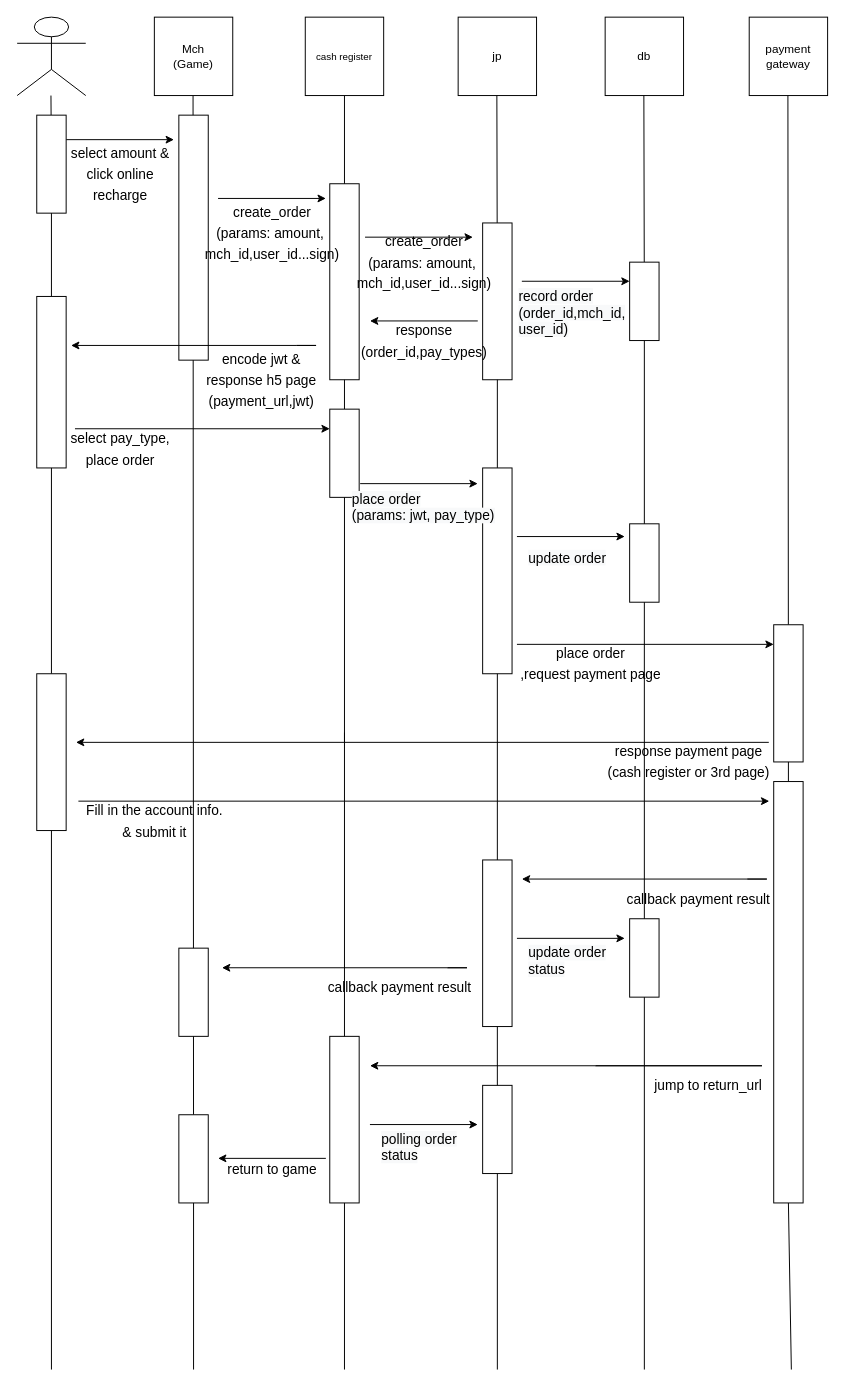
This is page "cashier" (2 of 2) of pay_glo.drawio from ppudding5566/test5566, a draw.io file, before an edit. Source tidied: cells renumbered, new cells numbered last; positions are measured from the earlier drawing's top-left corner, leaving out a move shared by most shapes. Both pictures are drawn from the tidied source at 98%, with x=0, y=0 at pixel (17, 17).
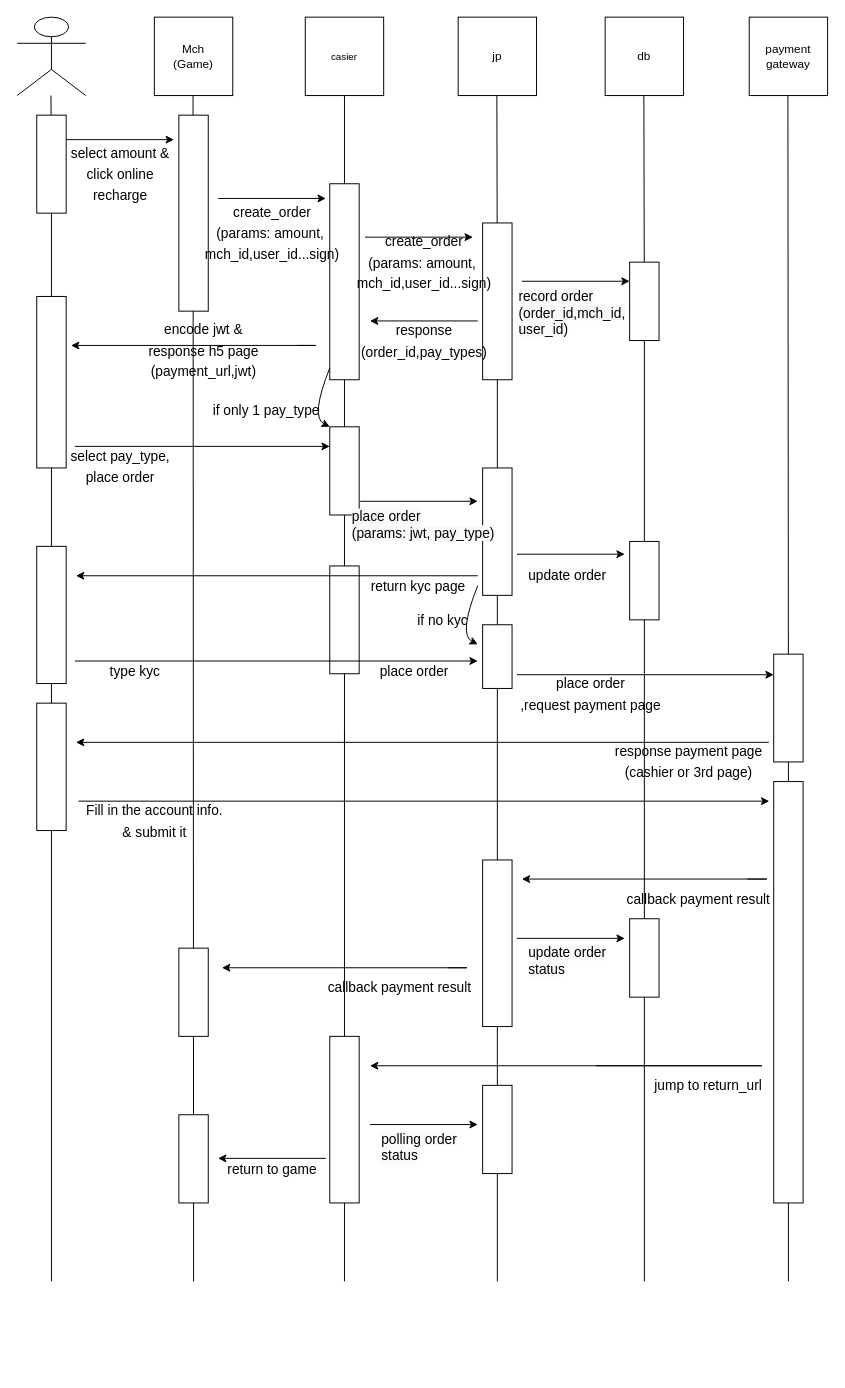
The same diagram, later.

The change refers to these unchanged cells:
```xml
<mxCell id="23" style="rounded=0;whiteSpace=wrap;html=1;" parent="1" vertex="1">
  <mxGeometry x="20" y="285" width="30" height="175" as="geometry" />
</mxCell>
<mxCell id="53" style="rounded=0;whiteSpace=wrap;html=1;" parent="1" vertex="1">
  <mxGeometry x="625" y="920" width="30" height="80" as="geometry" />
</mxCell>
<mxCell id="62" style="rounded=0;whiteSpace=wrap;html=1;" parent="1" vertex="1">
  <mxGeometry x="319" y="1040" width="30" height="170" as="geometry" />
</mxCell>
<mxCell id="70" style="rounded=0;whiteSpace=wrap;html=1;" parent="1" vertex="1">
  <mxGeometry x="165" y="1120" width="30" height="90" as="geometry" />
</mxCell>
```

Diff of the diagram source:
```diff
@@
+    <mxCell id="82" style="endArrow=none;html=1;rounded=0;entryX=0.5;entryY=1;entryDx=0;entryDy=0;" parent="1" edge="1" target="86">
+      <mxGeometry relative="1" as="geometry">
+        <mxPoint x="490" y="1290" as="sourcePoint" />
+      </mxGeometry>
+    </mxCell>
@@
-    <mxCell id="7" value="&lt;font style=&quot;font-size: 10px;&quot;&gt;cash register&lt;/font&gt;" style="whiteSpace=wrap;html=1;" parent="1" vertex="1">
+    <mxCell id="7" value="&lt;font style=&quot;font-size: 10px;&quot;&gt;casier&lt;/font&gt;" style="whiteSpace=wrap;html=1;" parent="1" vertex="1">
       <mxGeometry x="294" width="80" height="80" as="geometry" />
     </mxCell>
@@
     <mxCell id="14" style="rounded=0;whiteSpace=wrap;html=1;" parent="1" vertex="1">
-      <mxGeometry x="165" y="100" width="30" height="250" as="geometry" />
+      <mxGeometry x="165" y="100" width="30" height="200" as="geometry" />
     </mxCell>
@@
-    <mxCell id="24" style="endArrow=none;html=1;rounded=0;entryX=0.5;entryY=1;entryDx=0;entryDy=0;startArrow=none;" parent="1" edge="1" source="39" target="23">
+    <mxCell id="24" style="endArrow=none;html=1;rounded=0;entryX=0.5;entryY=1;entryDx=0;entryDy=0;startArrow=none;" parent="1" edge="1" source="89" target="23">
       <mxGeometry relative="1" as="geometry" />
     </mxCell>
     <mxCell id="25" style="rounded=0;whiteSpace=wrap;html=1;" parent="1" vertex="1">
-      <mxGeometry x="319" y="400" width="30" height="90" as="geometry" />
+      <mxGeometry x="319" y="418" width="30" height="90" as="geometry" />
     </mxCell>
-    <mxCell id="26" style="endArrow=none;html=1;rounded=0;entryX=0.5;entryY=1;entryDx=0;entryDy=0;startArrow=none;" parent="1" edge="1" target="25">
-      <mxGeometry relative="1" as="geometry">
-        <mxPoint x="334" y="740" as="sourcePoint" />
-      </mxGeometry>
+    <mxCell id="26" style="endArrow=none;html=1;rounded=0;entryX=0.5;entryY=1;entryDx=0;entryDy=0;startArrow=none;" parent="1" edge="1" source="84" target="25">
+      <mxGeometry relative="1" as="geometry" />
     </mxCell>
@@
     <mxCell id="28" value="&lt;font style=&quot;font-size: 14px;&quot;&gt;encode jwt &amp;amp;&lt;br&gt;response h5&amp;nbsp;page&lt;br&gt;(payment_url,jwt)&lt;br&gt;&lt;/font&gt;" style="text;html=1;align=center;verticalAlign=middle;fillColor=none;strokeColor=none;rounded=0;fontSize=18;" parent="1" vertex="1">
-      <mxGeometry x="179" y="330" width="140" height="80" as="geometry" />
+      <mxGeometry x="120" y="300" width="140" height="80" as="geometry" />
     </mxCell>
     <mxCell id="29" style="edgeStyle=none;rounded=0;orthogonalLoop=1;jettySize=auto;html=1;exitX=1;exitY=0.25;exitDx=0;exitDy=0;" parent="1" edge="1">
       <mxGeometry relative="1" as="geometry">
-        <mxPoint x="59" y="420" as="sourcePoint" />
-        <mxPoint x="319" y="420" as="targetPoint" />
+        <mxPoint x="59" y="438" as="sourcePoint" />
+        <mxPoint x="319" y="438" as="targetPoint" />
       </mxGeometry>
     </mxCell>
     <mxCell id="30" value="&lt;font style=&quot;font-size: 14px;&quot;&gt;select pay_type,&lt;br&gt;&lt;span style=&quot;&quot;&gt;place order&lt;/span&gt;&lt;br&gt;&lt;/font&gt;" style="text;html=1;align=center;verticalAlign=middle;fillColor=none;strokeColor=none;rounded=0;fontSize=18;" parent="1" vertex="1">
-      <mxGeometry x="45" y="410" width="120" height="60" as="geometry" />
+      <mxGeometry x="45" y="428" width="120" height="60" as="geometry" />
     </mxCell>
     <mxCell id="31" style="edgeStyle=none;rounded=0;orthogonalLoop=1;jettySize=auto;html=1;" parent="1" edge="1">
       <mxGeometry relative="1" as="geometry">
-        <mxPoint x="350" y="476" as="sourcePoint" />
-        <mxPoint x="470" y="476" as="targetPoint" />
+        <mxPoint x="350" y="494" as="sourcePoint" />
+        <mxPoint x="470" y="494" as="targetPoint" />
       </mxGeometry>
     </mxCell>
     <mxCell id="32" style="edgeStyle=none;rounded=0;orthogonalLoop=1;jettySize=auto;html=1;exitX=1;exitY=0.25;exitDx=0;exitDy=0;" parent="1" edge="1">
       <mxGeometry relative="1" as="geometry">
-        <mxPoint x="510" y="530" as="sourcePoint" />
-        <mxPoint x="620" y="530" as="targetPoint" />
+        <mxPoint x="510" y="548" as="sourcePoint" />
+        <mxPoint x="620" y="548" as="targetPoint" />
       </mxGeometry>
     </mxCell>
     <mxCell id="33" value="&lt;span style=&quot;color: rgb(0, 0, 0); font-family: Helvetica; font-size: 14px; font-style: normal; font-variant-ligatures: normal; font-variant-caps: normal; font-weight: 400; letter-spacing: normal; orphans: 2; text-align: center; text-indent: 0px; text-transform: none; widows: 2; word-spacing: 0px; -webkit-text-stroke-width: 0px; background-color: rgb(248, 249, 250); text-decoration-thickness: initial; text-decoration-style: initial; text-decoration-color: initial; float: none; display: inline !important;&quot;&gt;update order&lt;/span&gt;" style="text;whiteSpace=wrap;html=1;fontSize=10;" parent="1" vertex="1">
-      <mxGeometry x="520" y="537" width="90" height="40" as="geometry" />
+      <mxGeometry x="520" y="555" width="90" height="40" as="geometry" />
     </mxCell>
     <mxCell id="34" style="rounded=0;whiteSpace=wrap;html=1;" parent="1" vertex="1">
-      <mxGeometry x="772" y="620" width="30" height="140" as="geometry" />
+      <mxGeometry x="772" y="650" width="30" height="110" as="geometry" />
     </mxCell>
@@
     <mxCell id="36" style="rounded=0;whiteSpace=wrap;html=1;" parent="1" vertex="1">
-      <mxGeometry x="475" y="460" width="30" height="210" as="geometry" />
+      <mxGeometry x="475" y="460" width="30" height="130" as="geometry" />
     </mxCell>
-    <mxCell id="37" style="endArrow=none;html=1;rounded=0;entryX=0.5;entryY=1;entryDx=0;entryDy=0;" parent="1" edge="1" target="36">
-      <mxGeometry relative="1" as="geometry">
-        <mxPoint x="490" y="1380" as="sourcePoint" />
-      </mxGeometry>
+    <mxCell id="37" style="endArrow=none;html=1;rounded=0;entryX=0.5;entryY=1;entryDx=0;entryDy=0;startArrow=none;" parent="1" edge="1" source="86" target="36">
+      <mxGeometry relative="1" as="geometry" />
     </mxCell>
     <mxCell id="38" style="edgeStyle=none;rounded=0;orthogonalLoop=1;jettySize=auto;html=1;" parent="1" edge="1">
       <mxGeometry relative="1" as="geometry">
-        <mxPoint x="510" y="640" as="sourcePoint" />
-        <mxPoint x="772" y="640" as="targetPoint" />
+        <mxPoint x="510" y="671" as="sourcePoint" />
+        <mxPoint x="772" y="671" as="targetPoint" />
       </mxGeometry>
     </mxCell>
     <mxCell id="39" style="rounded=0;whiteSpace=wrap;html=1;" parent="1" vertex="1">
-      <mxGeometry x="20" y="670" width="30" height="160" as="geometry" />
+      <mxGeometry x="20" y="700" width="30" height="130" as="geometry" />
     </mxCell>
     <mxCell id="40" style="endArrow=none;html=1;rounded=0;entryX=0.5;entryY=1;entryDx=0;entryDy=0;" parent="1" edge="1" target="39">
       <mxGeometry relative="1" as="geometry">
-        <mxPoint x="35" y="1380" as="sourcePoint" />
+        <mxPoint x="35" y="1290" as="sourcePoint" />
       </mxGeometry>
     </mxCell>
@@
     <mxCell id="42" value="&lt;font style=&quot;font-size: 14px;&quot;&gt;place order&lt;br&gt;,request payment page&lt;br&gt;&lt;br&gt;&lt;/font&gt;" style="text;html=1;align=center;verticalAlign=middle;fillColor=none;strokeColor=none;rounded=0;fontSize=18;" parent="1" vertex="1">
-      <mxGeometry x="500" y="630" width="170" height="80" as="geometry" />
+      <mxGeometry x="500" y="661" width="170" height="80" as="geometry" />
     </mxCell>
-    <mxCell id="43" value="&lt;font style=&quot;font-size: 14px;&quot;&gt;response payment page&lt;br&gt;(cash register or 3rd page)&lt;br&gt;&lt;br&gt;&lt;/font&gt;" style="text;html=1;align=center;verticalAlign=middle;fillColor=none;strokeColor=none;rounded=0;fontSize=18;" parent="1" vertex="1">
-      <mxGeometry x="590" y="730" width="190" height="80" as="geometry" />
+    <mxCell id="43" value="&lt;font style=&quot;font-size: 14px;&quot;&gt;response payment page&lt;br&gt;(cashier or 3rd page)&lt;br&gt;&lt;br&gt;&lt;/font&gt;" style="text;html=1;align=center;verticalAlign=middle;fillColor=none;strokeColor=none;rounded=0;fontSize=18;" parent="1" vertex="1">
+      <mxGeometry x="600" y="730" width="170" height="80" as="geometry" />
     </mxCell>
     <mxCell id="44" value="&lt;span style=&quot;color: rgb(0, 0, 0); font-family: Helvetica; font-size: 14px; font-style: normal; font-variant-ligatures: normal; font-variant-caps: normal; font-weight: 400; letter-spacing: normal; orphans: 2; text-align: center; text-indent: 0px; text-transform: none; widows: 2; word-spacing: 0px; -webkit-text-stroke-width: 0px; background-color: rgb(248, 249, 250); text-decoration-thickness: initial; text-decoration-style: initial; text-decoration-color: initial; float: none; display: inline !important;&quot;&gt;place order&lt;br&gt;(params: jwt, pay_type)&lt;br&gt;&lt;/span&gt;" style="text;whiteSpace=wrap;html=1;fontSize=10;" parent="1" vertex="1">
-      <mxGeometry x="340" y="477" width="150" height="40" as="geometry" />
+      <mxGeometry x="340" y="495" width="150" height="40" as="geometry" />
     </mxCell>
@@
     <mxCell id="54" style="endArrow=none;html=1;rounded=0;entryX=0.5;entryY=1;entryDx=0;entryDy=0;" parent="1" edge="1" target="53">
       <mxGeometry relative="1" as="geometry">
-        <mxPoint x="640" y="1380" as="sourcePoint" />
+        <mxPoint x="640" y="1290" as="sourcePoint" />
       </mxGeometry>
     </mxCell>
@@
     <mxCell id="63" style="endArrow=none;html=1;rounded=0;entryX=0.5;entryY=1;entryDx=0;entryDy=0;" parent="1" edge="1" target="62">
       <mxGeometry relative="1" as="geometry">
-        <mxPoint x="334" y="1380" as="sourcePoint" />
+        <mxPoint x="334" y="1290" as="sourcePoint" />
       </mxGeometry>
     </mxCell>
     <mxCell id="64" style="endArrow=none;html=1;rounded=0;entryX=0.5;entryY=1;entryDx=0;entryDy=0;startArrow=none;" parent="1" edge="1">
       <mxGeometry relative="1" as="geometry">
-        <mxPoint x="790" y="1380" as="sourcePoint" />
+        <mxPoint x="787" y="1290" as="sourcePoint" />
         <mxPoint x="787" y="1210" as="targetPoint" />
       </mxGeometry>
     </mxCell>
@@
     <mxCell id="71" style="endArrow=none;html=1;rounded=0;entryX=0.5;entryY=1;entryDx=0;entryDy=0;" parent="1" edge="1" target="70">
       <mxGeometry relative="1" as="geometry">
-        <mxPoint x="180" y="1380" as="sourcePoint" />
+        <mxPoint x="180" y="1290" as="sourcePoint" />
       </mxGeometry>
     </mxCell>
@@
     <mxCell id="80" style="rounded=0;whiteSpace=wrap;html=1;" parent="1" vertex="1">
-      <mxGeometry x="625" y="517" width="30" height="80" as="geometry" />
+      <mxGeometry x="625" y="535" width="30" height="80" as="geometry" />
     </mxCell>
@@
+    <mxCell id="83" value="&lt;font style=&quot;font-size: 14px;&quot;&gt;if only 1 pay_type&lt;br&gt;&lt;/font&gt;" style="text;html=1;align=center;verticalAlign=middle;fillColor=none;strokeColor=none;rounded=0;fontSize=18;" parent="1" vertex="1">
+      <mxGeometry x="189" y="380" width="130" height="40" as="geometry" />
+    </mxCell>
+    <mxCell id="84" style="rounded=0;whiteSpace=wrap;html=1;" parent="1" vertex="1">
+      <mxGeometry x="319" y="560" width="30" height="110" as="geometry" />
+    </mxCell>
+    <mxCell id="85" style="endArrow=none;html=1;rounded=0;entryX=0.5;entryY=1;entryDx=0;entryDy=0;startArrow=none;" parent="1" edge="1" target="84">
+      <mxGeometry relative="1" as="geometry">
+        <mxPoint x="334" y="740" as="sourcePoint" />
+      </mxGeometry>
+    </mxCell>
+    <mxCell id="86" style="rounded=0;whiteSpace=wrap;html=1;" parent="1" vertex="1">
+      <mxGeometry x="475" y="620" width="30" height="65" as="geometry" />
+    </mxCell>
+    <mxCell id="87" style="edgeStyle=none;rounded=0;orthogonalLoop=1;jettySize=auto;html=1;" parent="1" edge="1">
+      <mxGeometry relative="1" as="geometry">
+        <mxPoint x="470" y="570" as="sourcePoint" />
+        <mxPoint x="60" y="570" as="targetPoint" />
+      </mxGeometry>
+    </mxCell>
+    <mxCell id="88" value="&lt;font style=&quot;font-size: 14px;&quot;&gt;return kyc page&lt;br&gt;&lt;/font&gt;" style="text;html=1;align=center;verticalAlign=middle;fillColor=none;strokeColor=none;rounded=0;fontSize=18;" parent="1" vertex="1">
+      <mxGeometry x="349" y="560" width="120" height="40" as="geometry" />
+    </mxCell>
+    <mxCell id="89" style="rounded=0;whiteSpace=wrap;html=1;" parent="1" vertex="1">
+      <mxGeometry x="20" y="540" width="30" height="140" as="geometry" />
+    </mxCell>
+    <mxCell id="90" style="endArrow=none;html=1;rounded=0;entryX=0.5;entryY=1;entryDx=0;entryDy=0;startArrow=none;" parent="1" edge="1" source="39" target="89">
+      <mxGeometry relative="1" as="geometry" />
+    </mxCell>
+    <mxCell id="91" style="edgeStyle=none;rounded=0;orthogonalLoop=1;jettySize=auto;html=1;exitX=1;exitY=0.25;exitDx=0;exitDy=0;" parent="1" edge="1">
+      <mxGeometry relative="1" as="geometry">
+        <mxPoint x="59" y="657" as="sourcePoint" />
+        <mxPoint x="470" y="657" as="targetPoint" />
+      </mxGeometry>
+    </mxCell>
+    <mxCell id="92" value="&lt;font style=&quot;font-size: 14px;&quot;&gt;type kyc&lt;br&gt;&lt;/font&gt;" style="text;html=1;align=center;verticalAlign=middle;fillColor=none;strokeColor=none;rounded=0;fontSize=18;" parent="1" vertex="1">
+      <mxGeometry x="85" y="647" width="70" height="40" as="geometry" />
+    </mxCell>
+    <mxCell id="93" value="&lt;font style=&quot;font-size: 14px;&quot;&gt;place order&lt;br&gt;&lt;/font&gt;" style="text;html=1;align=center;verticalAlign=middle;fillColor=none;strokeColor=none;rounded=0;fontSize=18;" parent="1" vertex="1">
+      <mxGeometry x="360" y="647" width="90" height="40" as="geometry" />
+    </mxCell>
+    <mxCell id="94" style="curved=1;endArrow=classic;html=1;rounded=0;" parent="1" edge="1">
+      <mxGeometry relative="1" as="geometry">
+        <mxPoint x="470" y="580" as="sourcePoint" />
+        <mxPoint x="470" y="640" as="targetPoint" />
+        <Array as="points">
+          <mxPoint x="470" y="580" />
+          <mxPoint x="450" y="630" />
+        </Array>
+      </mxGeometry>
+    </mxCell>
+    <mxCell id="95" value="&lt;font style=&quot;font-size: 14px;&quot;&gt;if no kyc&lt;br&gt;&lt;/font&gt;" style="text;html=1;align=center;verticalAlign=middle;fillColor=none;strokeColor=none;rounded=0;fontSize=18;" parent="1" vertex="1">
+      <mxGeometry x="399" y="595" width="70" height="40" as="geometry" />
+    </mxCell>
+    <mxCell id="96" style="curved=1;endArrow=classic;html=1;rounded=0;" parent="1" edge="1">
+      <mxGeometry relative="1" as="geometry">
+        <mxPoint x="319" y="358" as="sourcePoint" />
+        <mxPoint x="319" y="418" as="targetPoint" />
+        <Array as="points">
+          <mxPoint x="319" y="358" />
+          <mxPoint x="299" y="408" />
+        </Array>
+      </mxGeometry>
+    </mxCell>
```
